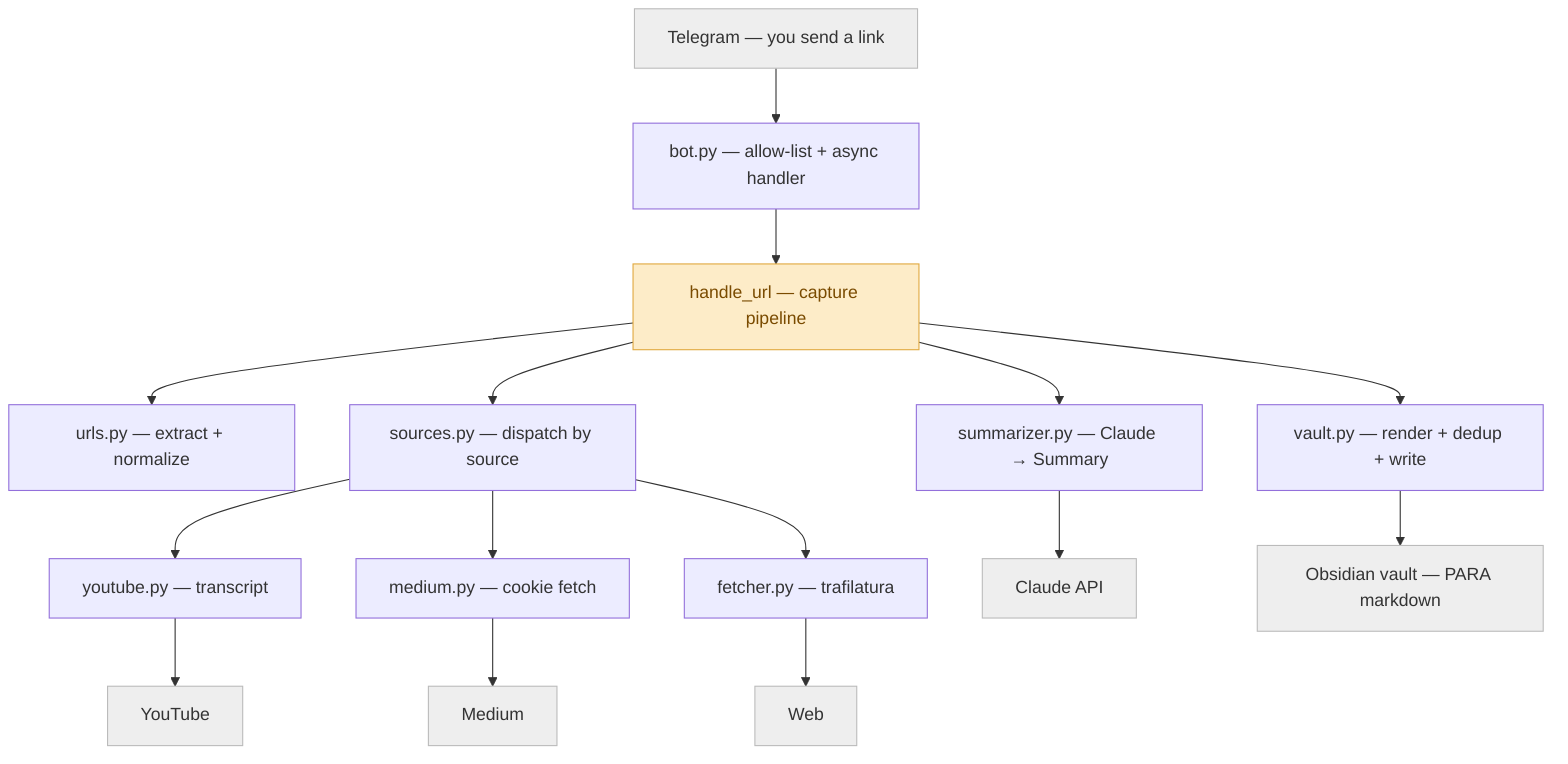
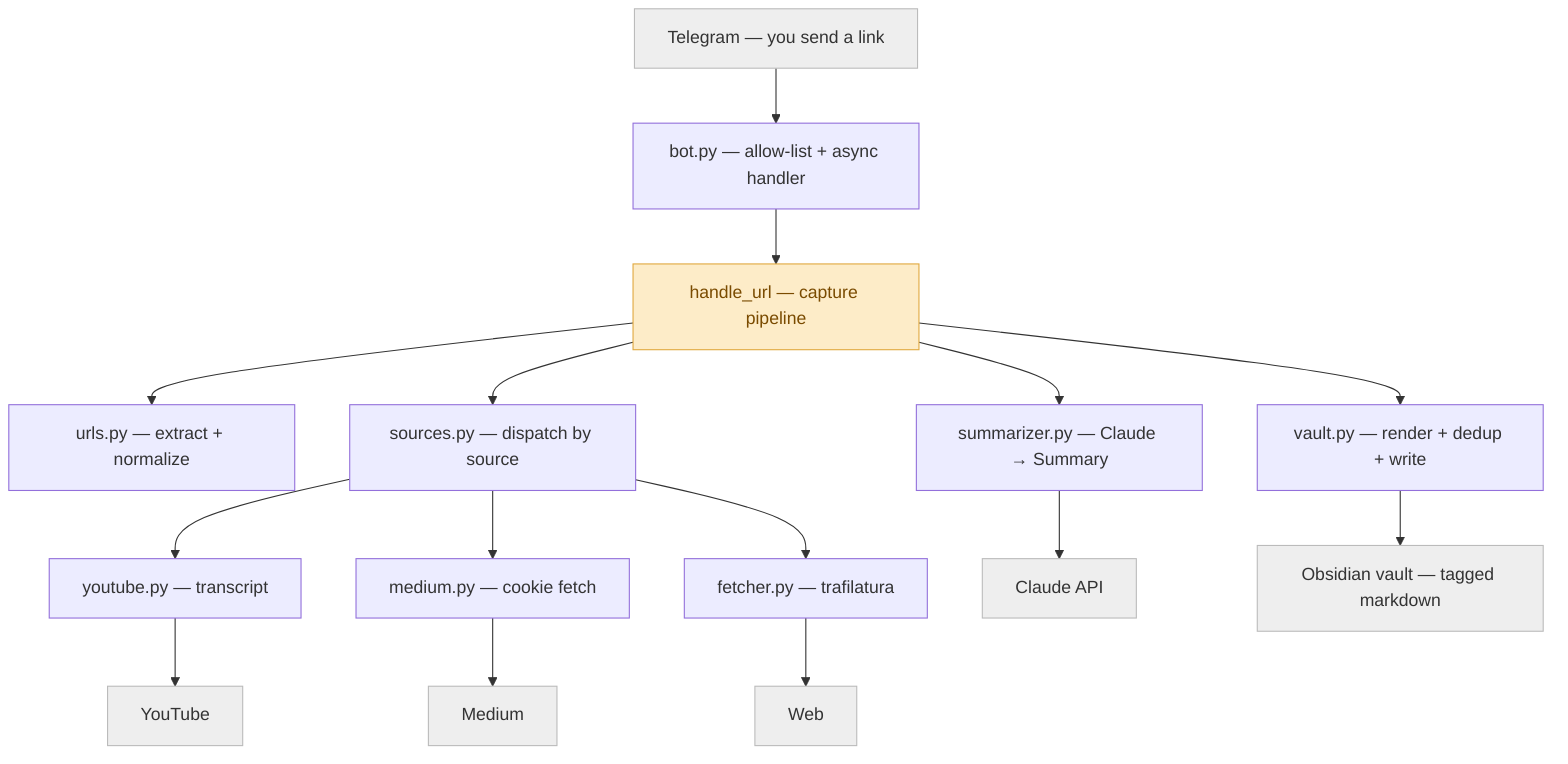
flowchart TD
    tg["Telegram — you send a link"] --> bot["bot.py — allow-list + async handler"]
    bot --> handle["handle_url — capture pipeline"]
    handle --> urls["urls.py — extract + normalize"]
    handle --> sources["sources.py — dispatch by source"]
    handle --> summarizer["summarizer.py — Claude → Summary"]
    handle --> vault["vault.py — render + dedup + write"]
    sources --> youtube["youtube.py — transcript"]
    sources --> medium["medium.py — cookie fetch"]
    sources --> fetcher["fetcher.py — trafilatura"]
    summarizer --> claude["Claude API"]
-     vault --> obsidian["Obsidian vault — PARA markdown"]
+     vault --> obsidian["Obsidian vault — tagged markdown"]
    youtube --> yt["YouTube"]
    medium --> md["Medium"]
    fetcher --> web["Web"]

    classDef focal fill:#fdecc8,stroke:#e0a93f,color:#7a4b00;
    classDef ext fill:#eeeeee,stroke:#bbbbbb,color:#333333;
    class handle focal;
    class tg,claude,obsidian,yt,md,web ext;
